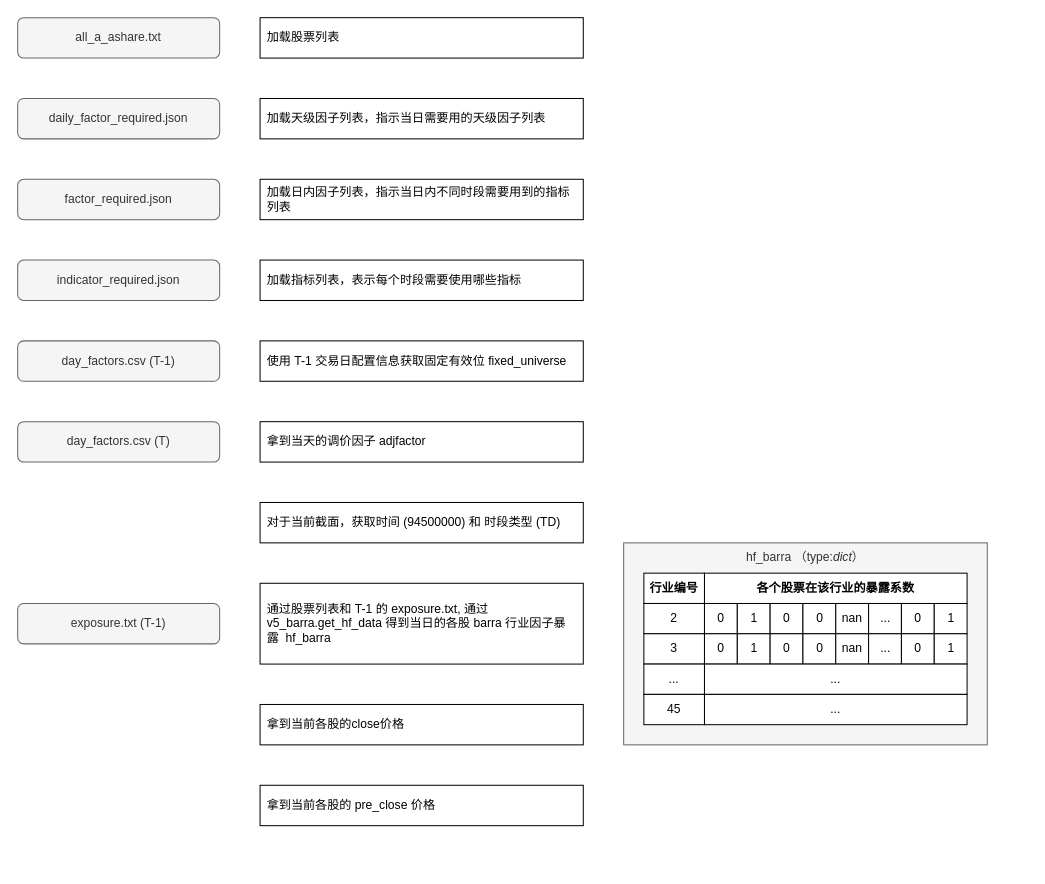
This is gaalaxy.drawio from zhaxd123/drawio, a draw.io file, before an edit. Source tidied: cells renumbered, new cells numbered last; positions are measured from the earlier drawing's top-left corner, leaving out a move shared by most shapes. Both pictures are drawn from the tidied source at 101%, with x=0, y=0 at pixel (17, 17).
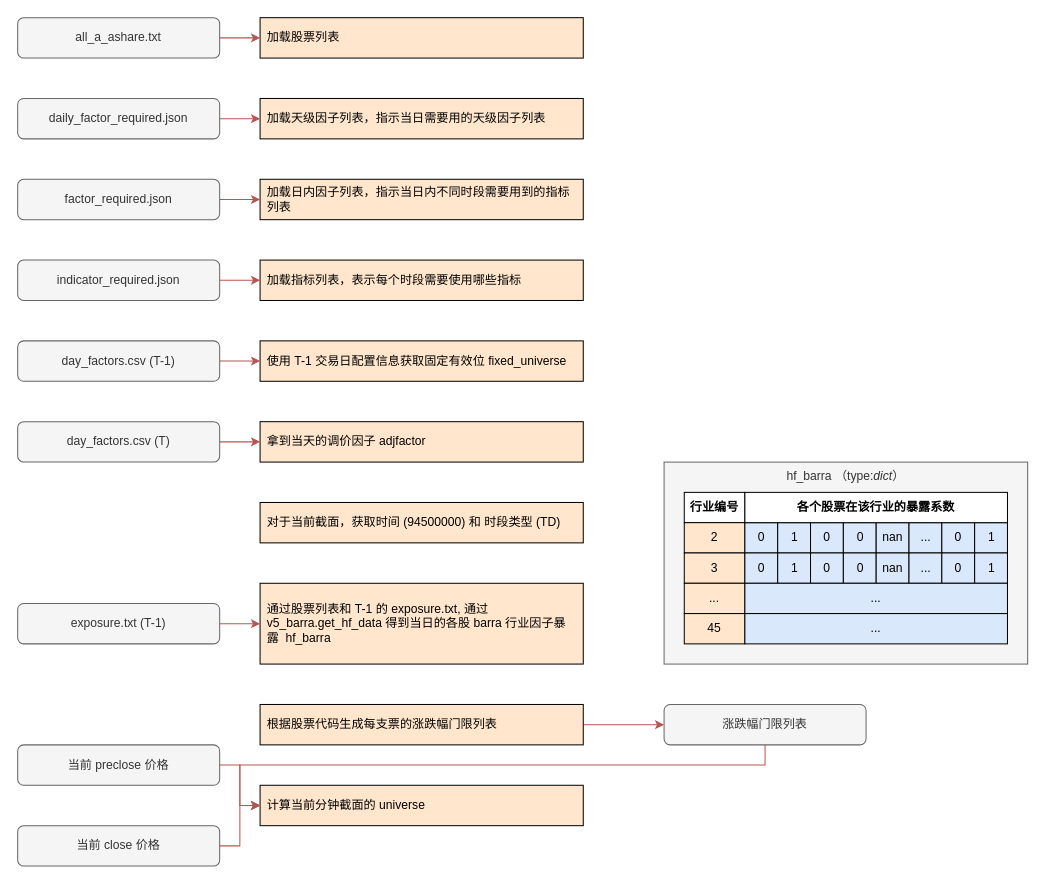
The same diagram, later.

Unchanged cells that the change refers to:
```xml
<mxCell id="3" value="all_a_ashare.txt" style="rounded=1;whiteSpace=wrap;html=1;fillColor=#f5f5f5;strokeColor=#666666;fontColor=#333333;" parent="1" vertex="1">
  <mxGeometry width="200" height="40" as="geometry" />
</mxCell>
<mxCell id="5" value="daily_factor_required.json" style="rounded=1;whiteSpace=wrap;html=1;fillColor=#f5f5f5;strokeColor=#666666;fontColor=#333333;" parent="1" vertex="1">
  <mxGeometry y="80" width="200" height="40" as="geometry" />
</mxCell>
<mxCell id="7" value="factor_required.json" style="rounded=1;whiteSpace=wrap;html=1;fillColor=#f5f5f5;strokeColor=#666666;fontColor=#333333;" parent="1" vertex="1">
  <mxGeometry y="160" width="200" height="40" as="geometry" />
</mxCell>
<mxCell id="9" value="indicator_required.json" style="rounded=1;whiteSpace=wrap;html=1;fillColor=#f5f5f5;strokeColor=#666666;fontColor=#333333;" parent="1" vertex="1">
  <mxGeometry y="240" width="200" height="40" as="geometry" />
</mxCell>
<mxCell id="11" value="day_factors.csv (T-1)" style="rounded=1;whiteSpace=wrap;html=1;fillColor=#f5f5f5;strokeColor=#666666;fontColor=#333333;" parent="1" vertex="1">
  <mxGeometry y="320" width="200" height="40" as="geometry" />
</mxCell>
<mxCell id="13" value="day_factors.csv (T)" style="rounded=1;whiteSpace=wrap;html=1;fillColor=#f5f5f5;strokeColor=#666666;fontColor=#333333;" parent="1" vertex="1">
  <mxGeometry y="400" width="200" height="40" as="geometry" />
</mxCell>
<mxCell id="16" value="exposure.txt (T-1)" style="rounded=1;whiteSpace=wrap;html=1;fillColor=#f5f5f5;strokeColor=#666666;fontColor=#333333;" parent="1" vertex="1">
  <mxGeometry y="580" width="200" height="40" as="geometry" />
</mxCell>
```

Diff of the diagram source:
```diff
@@
-    <mxCell id="2" value="加载股票列表" style="rounded=0;whiteSpace=wrap;html=1;align=left;spacingLeft=5;spacingRight=5;spacingTop=2;spacingBottom=2;" parent="1" vertex="1">
+    <mxCell id="2" value="加载股票列表" style="rounded=0;whiteSpace=wrap;html=1;align=left;spacingLeft=5;spacingRight=5;spacingTop=2;spacingBottom=2;fillColor=#ffe6cc;strokeColor=#000000;" parent="1" vertex="1">
       <mxGeometry x="240" width="320" height="40" as="geometry" />
     </mxCell>
+    <mxCell id="45" style="edgeStyle=orthogonalEdgeStyle;rounded=0;jettySize=auto;html=1;exitX=1;exitY=0.5;exitDx=0;exitDy=0;fillColor=#f8cecc;strokeColor=#b85450;" parent="1" edge="1" source="3" target="2">
+      <mxGeometry relative="1" as="geometry" />
+    </mxCell>
@@
-    <mxCell id="4" value="加载天级因子列表，指示当日需要用的天级因子列表" style="rounded=0;whiteSpace=wrap;html=1;align=left;spacingLeft=5;spacingRight=5;spacingTop=2;spacingBottom=2;" parent="1" vertex="1">
+    <mxCell id="4" value="加载天级因子列表，指示当日需要用的天级因子列表" style="rounded=0;whiteSpace=wrap;html=1;align=left;spacingLeft=5;spacingRight=5;spacingTop=2;spacingBottom=2;fillColor=#ffe6cc;strokeColor=#000000;" parent="1" vertex="1">
       <mxGeometry x="240" y="80" width="320" height="40" as="geometry" />
     </mxCell>
+    <mxCell id="46" style="edgeStyle=orthogonalEdgeStyle;rounded=0;jettySize=auto;html=1;exitX=1;exitY=0.5;exitDx=0;exitDy=0;fillColor=#f8cecc;strokeColor=#b85450;" parent="1" edge="1" source="5" target="4">
+      <mxGeometry relative="1" as="geometry" />
+    </mxCell>
@@
-    <mxCell id="6" value="加载日内因子列表，指示当日内不同时段需要用到的指标列表" style="rounded=0;whiteSpace=wrap;html=1;align=left;spacingLeft=5;spacingRight=5;spacingTop=2;spacingBottom=2;" parent="1" vertex="1">
+    <mxCell id="6" value="加载日内因子列表，指示当日内不同时段需要用到的指标列表" style="rounded=0;whiteSpace=wrap;html=1;align=left;spacingLeft=5;spacingRight=5;spacingTop=2;spacingBottom=2;fillColor=#ffe6cc;strokeColor=#000000;" parent="1" vertex="1">
       <mxGeometry x="240" y="160" width="320" height="40" as="geometry" />
     </mxCell>
+    <mxCell id="47" style="edgeStyle=orthogonalEdgeStyle;rounded=0;jettySize=auto;html=1;exitX=1;exitY=0.5;exitDx=0;exitDy=0;fillColor=#f8cecc;strokeColor=#b85450;" parent="1" edge="1" source="7" target="6">
+      <mxGeometry relative="1" as="geometry" />
+    </mxCell>
@@
-    <mxCell id="8" value="加载指标列表，表示每个时段需要使用哪些指标" style="rounded=0;whiteSpace=wrap;html=1;align=left;spacingLeft=5;spacingRight=5;spacingTop=2;spacingBottom=2;" parent="1" vertex="1">
+    <mxCell id="8" value="加载指标列表，表示每个时段需要使用哪些指标" style="rounded=0;whiteSpace=wrap;html=1;align=left;spacingLeft=5;spacingRight=5;spacingTop=2;spacingBottom=2;fillColor=#ffe6cc;strokeColor=#000000;" parent="1" vertex="1">
       <mxGeometry x="240" y="240" width="320" height="40" as="geometry" />
     </mxCell>
+    <mxCell id="48" style="edgeStyle=orthogonalEdgeStyle;rounded=0;jettySize=auto;html=1;exitX=1;exitY=0.5;exitDx=0;exitDy=0;fillColor=#f8cecc;strokeColor=#b85450;" parent="1" edge="1" source="9" target="8">
+      <mxGeometry relative="1" as="geometry" />
+    </mxCell>
@@
-    <mxCell id="10" value="使用 T-1 交易日配置信息获取固定有效位&amp;nbsp;fixed_universe" style="rounded=0;whiteSpace=wrap;html=1;align=left;spacingLeft=5;spacingRight=5;spacingTop=2;spacingBottom=2;" parent="1" vertex="1">
+    <mxCell id="10" value="使用 T-1 交易日配置信息获取固定有效位&amp;nbsp;fixed_universe" style="rounded=0;whiteSpace=wrap;html=1;align=left;spacingLeft=5;spacingRight=5;spacingTop=2;spacingBottom=2;fillColor=#ffe6cc;strokeColor=#000000;" parent="1" vertex="1">
       <mxGeometry x="240" y="320" width="320" height="40" as="geometry" />
     </mxCell>
+    <mxCell id="49" style="edgeStyle=orthogonalEdgeStyle;rounded=0;jettySize=auto;html=1;exitX=1;exitY=0.5;exitDx=0;exitDy=0;fillColor=#f8cecc;strokeColor=#b85450;" parent="1" edge="1" source="11" target="10">
+      <mxGeometry relative="1" as="geometry" />
+    </mxCell>
@@
-    <mxCell id="12" value="拿到当天的调价因子&amp;nbsp;adjfactor" style="rounded=0;whiteSpace=wrap;html=1;align=left;spacingLeft=5;spacingRight=5;spacingTop=2;spacingBottom=2;" parent="1" vertex="1">
+    <mxCell id="12" value="拿到当天的调价因子&amp;nbsp;adjfactor" style="rounded=0;whiteSpace=wrap;html=1;align=left;spacingLeft=5;spacingRight=5;spacingTop=2;spacingBottom=2;fillColor=#ffe6cc;strokeColor=#000000;" parent="1" vertex="1">
       <mxGeometry x="240" y="400" width="320" height="40" as="geometry" />
     </mxCell>
+    <mxCell id="50" style="edgeStyle=orthogonalEdgeStyle;rounded=0;jettySize=auto;html=1;exitX=1;exitY=0.5;exitDx=0;exitDy=0;fillColor=#f8cecc;strokeColor=#b85450;" parent="1" edge="1" source="13" target="12">
+      <mxGeometry relative="1" as="geometry" />
+    </mxCell>
@@
-    <mxCell id="14" value="对于当前截面，获取时间 (94500000)&amp;nbsp;和&amp;nbsp;时段类型 (TD)" style="rounded=0;whiteSpace=wrap;html=1;align=left;spacingLeft=5;spacingRight=5;spacingTop=2;spacingBottom=2;" parent="1" vertex="1">
+    <mxCell id="14" value="对于当前截面，获取时间 (94500000)&amp;nbsp;和&amp;nbsp;时段类型 (TD)" style="rounded=0;whiteSpace=wrap;html=1;align=left;spacingLeft=5;spacingRight=5;spacingTop=2;spacingBottom=2;fillColor=#ffe6cc;strokeColor=#000000;" parent="1" vertex="1">
       <mxGeometry x="240" y="480" width="320" height="40" as="geometry" />
     </mxCell>
-    <mxCell id="15" value="通过股票列表和 T-1&amp;nbsp;的 exposure.txt,&amp;nbsp;通过 v5_barra.get_hf_data 得到当日的各股 barra&amp;nbsp;行业因子暴露&amp;nbsp; hf_barra" style="rounded=0;whiteSpace=wrap;html=1;align=left;spacingLeft=5;spacingRight=5;spacingTop=2;spacingBottom=2;" parent="1" vertex="1">
+    <mxCell id="15" value="通过股票列表和 T-1&amp;nbsp;的 exposure.txt,&amp;nbsp;通过 v5_barra.get_hf_data 得到当日的各股 barra&amp;nbsp;行业因子暴露&amp;nbsp; hf_barra" style="rounded=0;whiteSpace=wrap;html=1;align=left;spacingLeft=5;spacingRight=5;spacingTop=2;spacingBottom=2;fillColor=#ffe6cc;strokeColor=#000000;" parent="1" vertex="1">
       <mxGeometry x="240" y="560" width="320" height="80" as="geometry" />
     </mxCell>
+    <mxCell id="51" style="edgeStyle=orthogonalEdgeStyle;rounded=0;jettySize=auto;html=1;exitX=1;exitY=0.5;exitDx=0;exitDy=0;fillColor=#f8cecc;strokeColor=#b85450;" parent="1" edge="1" source="16" target="15">
+      <mxGeometry relative="1" as="geometry" />
+    </mxCell>
@@
     <mxCell id="17" style="group;" parent="1" vertex="1">
-      <mxGeometry x="600" y="520" width="360" height="200" as="geometry" />
+      <mxGeometry x="640" y="440" width="360" height="200" as="geometry" />
     </mxCell>
@@
-    <mxCell id="20" value="2" style="rounded=0;whiteSpace=wrap;html=1;" parent="17" vertex="1">
+    <mxCell id="20" value="2" style="rounded=0;whiteSpace=wrap;html=1;fillColor=#ffe6cc;strokeColor=#000000;" parent="17" vertex="1">
       <mxGeometry x="20" y="60" width="60" height="30" as="geometry" />
     </mxCell>
-    <mxCell id="21" value="3" style="rounded=0;whiteSpace=wrap;html=1;" parent="17" vertex="1">
+    <mxCell id="21" value="3" style="rounded=0;whiteSpace=wrap;html=1;fillColor=#ffe6cc;strokeColor=#000000;" parent="17" vertex="1">
       <mxGeometry x="20" y="90" width="60" height="30" as="geometry" />
     </mxCell>
-    <mxCell id="22" value="..." style="rounded=0;whiteSpace=wrap;html=1;" parent="17" vertex="1">
+    <mxCell id="22" value="..." style="rounded=0;whiteSpace=wrap;html=1;fillColor=#ffe6cc;strokeColor=#000000;" parent="17" vertex="1">
       <mxGeometry x="20" y="120" width="60" height="30" as="geometry" />
     </mxCell>
-    <mxCell id="23" value="45" style="rounded=0;whiteSpace=wrap;html=1;" parent="17" vertex="1">
+    <mxCell id="23" value="45" style="rounded=0;whiteSpace=wrap;html=1;fillColor=#ffe6cc;strokeColor=#000000;" parent="17" vertex="1">
       <mxGeometry x="20" y="150" width="60" height="30" as="geometry" />
     </mxCell>
-    <mxCell id="24" value="0" style="rounded=0;whiteSpace=wrap;html=1;" parent="17" vertex="1">
+    <mxCell id="24" value="0" style="rounded=0;whiteSpace=wrap;html=1;fillColor=#dae8fc;strokeColor=#000000;" parent="17" vertex="1">
       <mxGeometry x="80" y="60" width="32.5" height="30" as="geometry" />
     </mxCell>
-    <mxCell id="25" value="1" style="rounded=0;whiteSpace=wrap;html=1;" parent="17" vertex="1">
+    <mxCell id="25" value="1" style="rounded=0;whiteSpace=wrap;html=1;fillColor=#dae8fc;strokeColor=#000000;" parent="17" vertex="1">
       <mxGeometry x="112.5" y="60" width="32.5" height="30" as="geometry" />
     </mxCell>
-    <mxCell id="26" value="0" style="rounded=0;whiteSpace=wrap;html=1;" parent="17" vertex="1">
+    <mxCell id="26" value="0" style="rounded=0;whiteSpace=wrap;html=1;fillColor=#dae8fc;strokeColor=#000000;" parent="17" vertex="1">
       <mxGeometry x="145" y="60" width="32.5" height="30" as="geometry" />
     </mxCell>
-    <mxCell id="27" value="0" style="rounded=0;whiteSpace=wrap;html=1;" parent="17" vertex="1">
+    <mxCell id="27" value="0" style="rounded=0;whiteSpace=wrap;html=1;fillColor=#dae8fc;strokeColor=#000000;" parent="17" vertex="1">
       <mxGeometry x="177.5" y="60" width="32.5" height="30" as="geometry" />
     </mxCell>
-    <mxCell id="28" value="nan" style="rounded=0;whiteSpace=wrap;html=1;" parent="17" vertex="1">
+    <mxCell id="28" value="nan" style="rounded=0;whiteSpace=wrap;html=1;fillColor=#dae8fc;strokeColor=#000000;" parent="17" vertex="1">
       <mxGeometry x="210" y="60" width="32.5" height="30" as="geometry" />
     </mxCell>
-    <mxCell id="29" value="..." style="rounded=0;whiteSpace=wrap;html=1;" parent="17" vertex="1">
+    <mxCell id="29" value="..." style="rounded=0;whiteSpace=wrap;html=1;fillColor=#dae8fc;strokeColor=#000000;" parent="17" vertex="1">
       <mxGeometry x="242.5" y="60" width="32.5" height="30" as="geometry" />
     </mxCell>
-    <mxCell id="30" value="0" style="rounded=0;whiteSpace=wrap;html=1;" parent="17" vertex="1">
+    <mxCell id="30" value="0" style="rounded=0;whiteSpace=wrap;html=1;fillColor=#dae8fc;strokeColor=#000000;" parent="17" vertex="1">
       <mxGeometry x="275" y="60" width="32.5" height="30" as="geometry" />
     </mxCell>
-    <mxCell id="31" value="1" style="rounded=0;whiteSpace=wrap;html=1;" parent="17" vertex="1">
+    <mxCell id="31" value="1" style="rounded=0;whiteSpace=wrap;html=1;fillColor=#dae8fc;strokeColor=#000000;" parent="17" vertex="1">
       <mxGeometry x="307.5" y="60" width="32.5" height="30" as="geometry" />
     </mxCell>
@@
-    <mxCell id="33" value="0" style="rounded=0;whiteSpace=wrap;html=1;" parent="17" vertex="1">
+    <mxCell id="33" value="0" style="rounded=0;whiteSpace=wrap;html=1;fillColor=#dae8fc;strokeColor=#000000;" parent="17" vertex="1">
       <mxGeometry x="80" y="90" width="32.5" height="30" as="geometry" />
     </mxCell>
-    <mxCell id="34" value="1" style="rounded=0;whiteSpace=wrap;html=1;" parent="17" vertex="1">
+    <mxCell id="34" value="1" style="rounded=0;whiteSpace=wrap;html=1;fillColor=#dae8fc;strokeColor=#000000;" parent="17" vertex="1">
       <mxGeometry x="112.5" y="90" width="32.5" height="30" as="geometry" />
     </mxCell>
-    <mxCell id="35" value="0" style="rounded=0;whiteSpace=wrap;html=1;" parent="17" vertex="1">
+    <mxCell id="35" value="0" style="rounded=0;whiteSpace=wrap;html=1;fillColor=#dae8fc;strokeColor=#000000;" parent="17" vertex="1">
       <mxGeometry x="145" y="90" width="32.5" height="30" as="geometry" />
     </mxCell>
-    <mxCell id="36" value="0" style="rounded=0;whiteSpace=wrap;html=1;" parent="17" vertex="1">
+    <mxCell id="36" value="0" style="rounded=0;whiteSpace=wrap;html=1;fillColor=#dae8fc;strokeColor=#000000;" parent="17" vertex="1">
       <mxGeometry x="177.5" y="90" width="32.5" height="30" as="geometry" />
     </mxCell>
-    <mxCell id="37" value="nan" style="rounded=0;whiteSpace=wrap;html=1;" parent="17" vertex="1">
+    <mxCell id="37" value="nan" style="rounded=0;whiteSpace=wrap;html=1;fillColor=#dae8fc;strokeColor=#000000;" parent="17" vertex="1">
       <mxGeometry x="210" y="90" width="32.5" height="30" as="geometry" />
     </mxCell>
-    <mxCell id="38" value="..." style="rounded=0;whiteSpace=wrap;html=1;" parent="17" vertex="1">
+    <mxCell id="38" value="..." style="rounded=0;whiteSpace=wrap;html=1;fillColor=#dae8fc;strokeColor=#000000;" parent="17" vertex="1">
       <mxGeometry x="242.5" y="90" width="32.5" height="30" as="geometry" />
     </mxCell>
-    <mxCell id="39" value="0" style="rounded=0;whiteSpace=wrap;html=1;" parent="17" vertex="1">
+    <mxCell id="39" value="0" style="rounded=0;whiteSpace=wrap;html=1;fillColor=#dae8fc;strokeColor=#000000;" parent="17" vertex="1">
       <mxGeometry x="275" y="90" width="32.5" height="30" as="geometry" />
     </mxCell>
-    <mxCell id="40" value="1" style="rounded=0;whiteSpace=wrap;html=1;" parent="17" vertex="1">
+    <mxCell id="40" value="1" style="rounded=0;whiteSpace=wrap;html=1;fillColor=#dae8fc;strokeColor=#000000;" parent="17" vertex="1">
       <mxGeometry x="307.5" y="90" width="32.5" height="30" as="geometry" />
     </mxCell>
-    <mxCell id="41" value="..." style="rounded=0;whiteSpace=wrap;html=1;" parent="17" vertex="1">
+    <mxCell id="41" value="..." style="rounded=0;whiteSpace=wrap;html=1;fillColor=#dae8fc;strokeColor=#000000;" parent="17" vertex="1">
       <mxGeometry x="80" y="120" width="260" height="30" as="geometry" />
     </mxCell>
-    <mxCell id="42" value="..." style="rounded=0;whiteSpace=wrap;html=1;" parent="17" vertex="1">
+    <mxCell id="42" value="..." style="rounded=0;whiteSpace=wrap;html=1;fillColor=#dae8fc;strokeColor=#000000;" parent="17" vertex="1">
       <mxGeometry x="80" y="150" width="260" height="30" as="geometry" />
     </mxCell>
-    <mxCell id="43" value="拿到当前各股的close价格" style="rounded=0;whiteSpace=wrap;html=1;align=left;spacingLeft=5;spacingRight=5;spacingTop=2;spacingBottom=2;" parent="1" vertex="1">
-      <mxGeometry x="240" y="680" width="320" height="40" as="geometry" />
-    </mxCell>
-    <mxCell id="44" value="拿到当前各股的 pre_close 价格" style="rounded=0;whiteSpace=wrap;html=1;align=left;spacingLeft=5;spacingRight=5;spacingTop=2;spacingBottom=2;" parent="1" vertex="1">
-      <mxGeometry x="240" y="760" width="320" height="40" as="geometry" />
-    </mxCell>
+    <mxCell id="52" value="计算当前分钟截面的&amp;nbsp;universe" style="rounded=0;whiteSpace=wrap;html=1;align=left;spacingLeft=5;spacingRight=5;spacingTop=2;spacingBottom=2;fillColor=#ffe6cc;strokeColor=#000000;" parent="1" vertex="1">
+      <mxGeometry x="240" y="760" width="320" height="40" as="geometry" />
+    </mxCell>
+    <mxCell id="53" style="edgeStyle=orthogonalEdgeStyle;rounded=0;jettySize=auto;html=1;exitX=1;exitY=0.5;exitDx=0;exitDy=0;fillColor=#f8cecc;strokeColor=#b85450;" parent="1" edge="1" source="54" target="52">
+      <mxGeometry relative="1" as="geometry" />
+    </mxCell>
+    <mxCell id="54" value="当前 close&amp;nbsp;价格" style="rounded=1;whiteSpace=wrap;html=1;fillColor=#f5f5f5;fontColor=#333333;strokeColor=#666666;" parent="1" vertex="1">
+      <mxGeometry y="800" width="200" height="40" as="geometry" />
+    </mxCell>
+    <mxCell id="55" style="edgeStyle=orthogonalEdgeStyle;rounded=0;jettySize=auto;html=1;exitX=1;exitY=0.5;exitDx=0;exitDy=0;fillColor=#f8cecc;strokeColor=#b85450;" parent="1" edge="1" source="56" target="52">
+      <mxGeometry relative="1" as="geometry" />
+    </mxCell>
+    <mxCell id="56" value="当前 preclose&amp;nbsp;价格" style="rounded=1;whiteSpace=wrap;html=1;fillColor=#f5f5f5;fontColor=#333333;strokeColor=#666666;" parent="1" vertex="1">
+      <mxGeometry y="720" width="200" height="40" as="geometry" />
+    </mxCell>
+    <mxCell id="57" style="edgeStyle=orthogonalEdgeStyle;rounded=0;jettySize=auto;html=1;exitX=1;exitY=0.5;exitDx=0;exitDy=0;fillColor=#f8cecc;strokeColor=#b85450;" parent="1" edge="1" source="58" target="60">
+      <mxGeometry relative="1" as="geometry" />
+    </mxCell>
+    <mxCell id="58" value="根据股票代码生成每支票的涨跌幅门限列表" style="rounded=0;whiteSpace=wrap;html=1;align=left;spacingLeft=5;spacingRight=5;spacingTop=2;spacingBottom=2;fillColor=#ffe6cc;strokeColor=#000000;" parent="1" vertex="1">
+      <mxGeometry x="240" y="680" width="320" height="40" as="geometry" />
+    </mxCell>
+    <mxCell id="59" style="edgeStyle=orthogonalEdgeStyle;rounded=0;jettySize=auto;html=1;exitX=0.5;exitY=1;exitDx=0;exitDy=0;entryX=0;entryY=0.5;entryDx=0;entryDy=0;fillColor=#f8cecc;strokeColor=#b85450;" parent="1" edge="1" source="60" target="52">
+      <mxGeometry relative="1" as="geometry" />
+    </mxCell>
+    <mxCell id="60" value="涨跌幅门限列表" style="rounded=1;whiteSpace=wrap;html=1;fillColor=#f5f5f5;strokeColor=#666666;fontColor=#333333;" parent="1" vertex="1">
+      <mxGeometry x="640" y="680" width="200" height="40" as="geometry" />
+    </mxCell>
```
